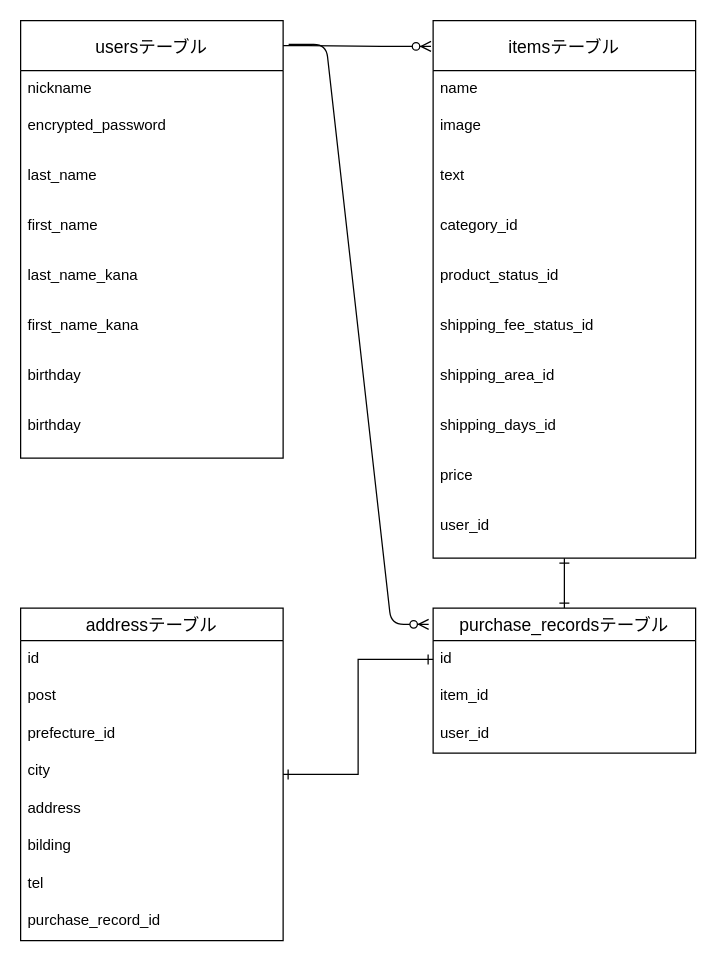
Earlier version of the draw.io diagram furima.dio (fuji0920/furima--28658-). Source tidied: cells renumbered, new cells numbered last; positions are measured from the earlier drawing's top-left corner, leaving out a move shared by most shapes. Both pictures are drawn from the tidied source at 125%, with x=0, y=0 at pixel (20, 20).
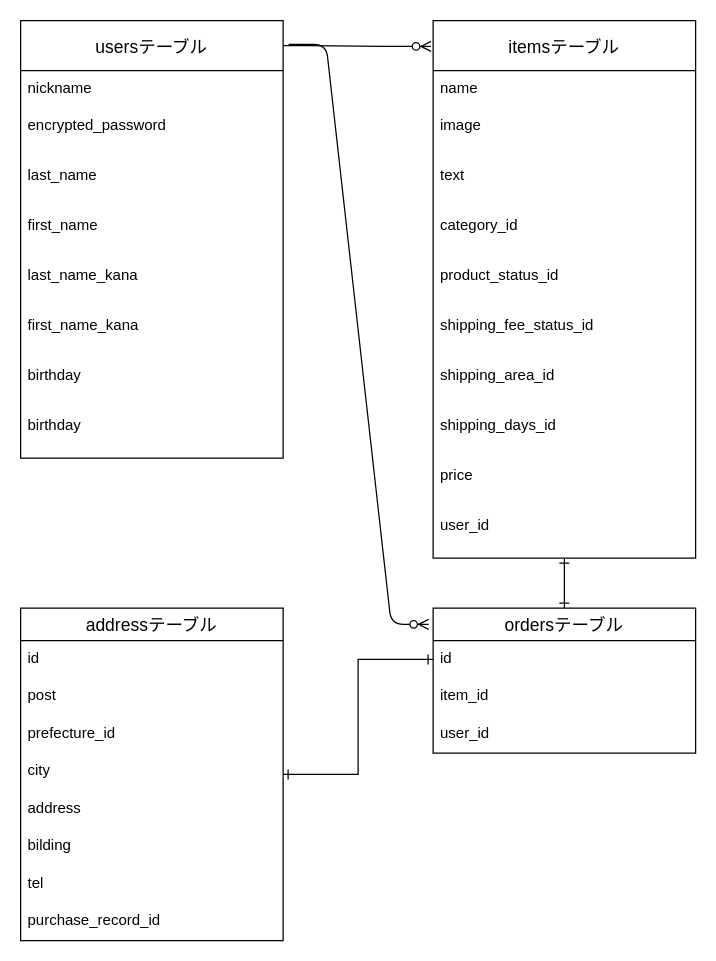
The same diagram, later.

The edit, as a diff of the source:
```diff
@@
-    <mxCell id="35" value="purchase_recordsテーブル" style="swimlane;fontStyle=0;horizontal=1;startSize=26;align=center;fontSize=14;" parent="1" vertex="1">
+    <mxCell id="35" value="ordersテーブル" style="swimlane;fontStyle=0;horizontal=1;startSize=26;align=center;fontSize=14;" parent="1" vertex="1">
       <mxGeometry x="330" y="470" width="210" height="116" as="geometry" />
     </mxCell>
```
